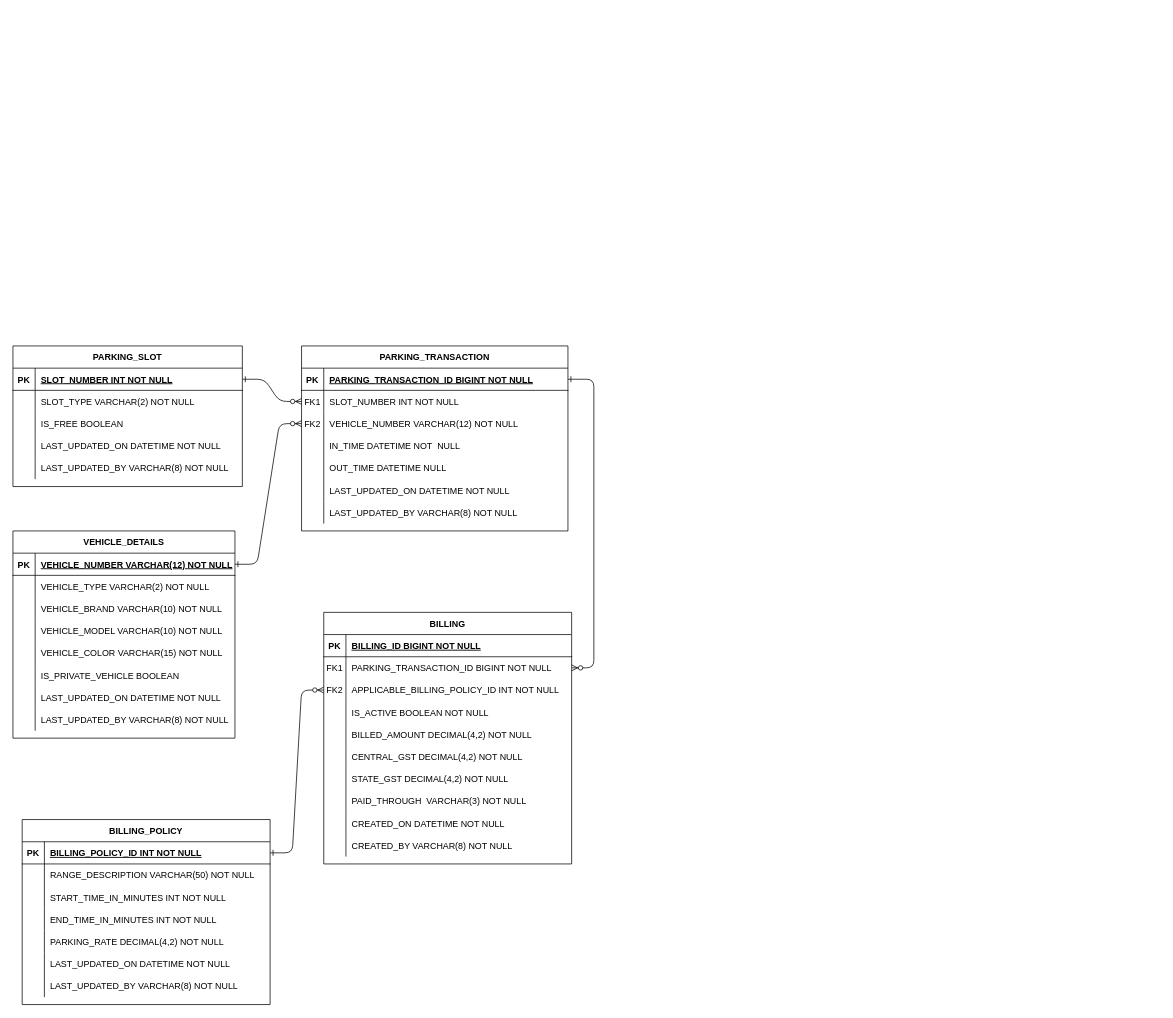
The draw.io diagram page "Entity Diagram" (1 of 3) of Parking.drawio in suhasark/bits-mtech-work, before the edit. Source tidied: cells renumbered, new cells numbered last; positions are measured from the earlier drawing's top-left corner, leaving out a move shared by most shapes. Both pictures are drawn from the tidied source at 74%, with x=0, y=0 at pixel (13, 346).
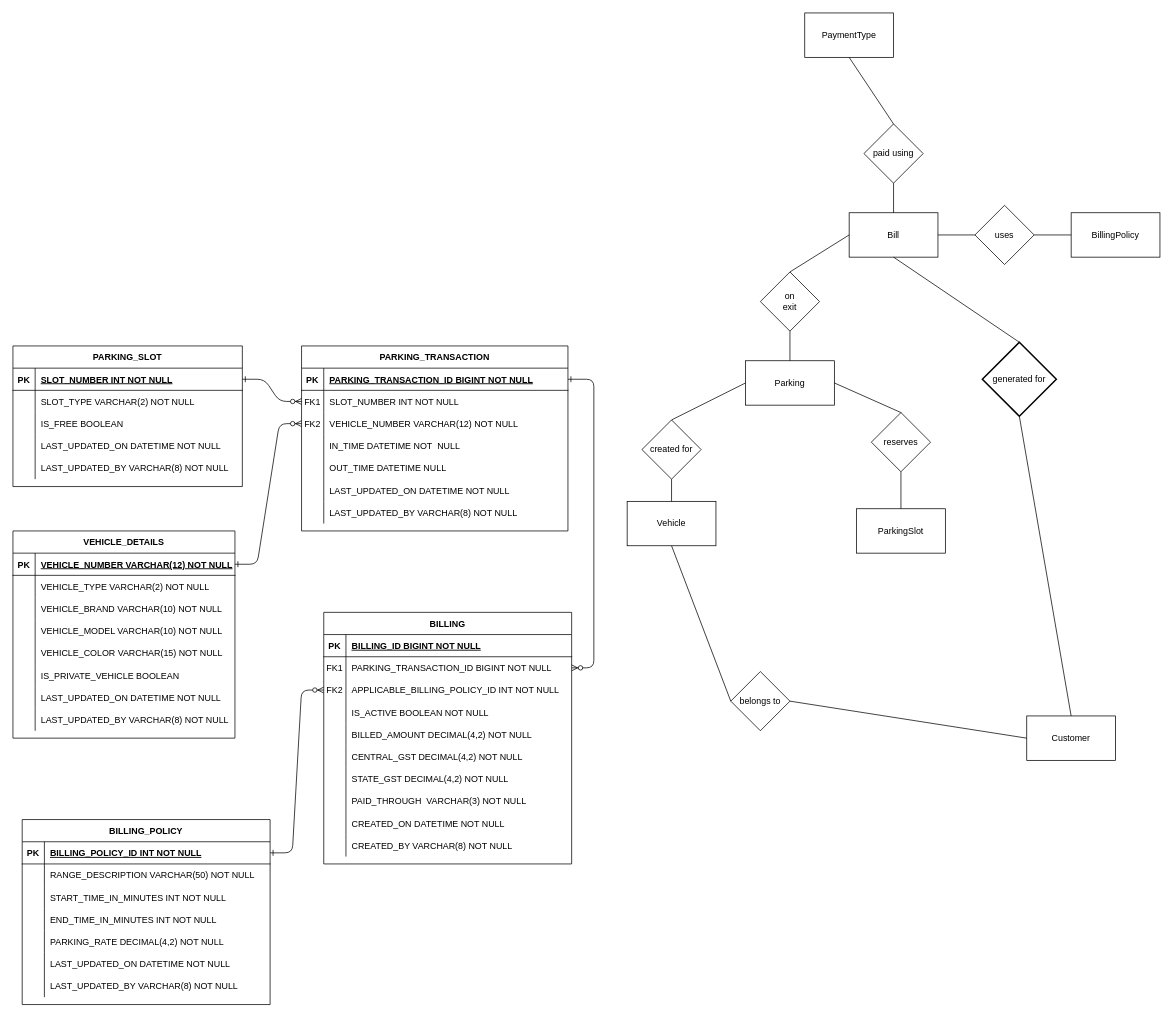
The same page after the edit.

What changed in the source:
```diff
@@
+    <mxCell id="122" value="ParkingSlot" style="rounded=0;whiteSpace=wrap;html=1;" parent="1" vertex="1">
+      <mxGeometry x="1140" y="220" width="120" height="60" as="geometry" />
+    </mxCell>
+    <mxCell id="123" value="Vehicle" style="rounded=0;whiteSpace=wrap;html=1;" parent="1" vertex="1">
+      <mxGeometry x="830" y="210" width="120" height="60" as="geometry" />
+    </mxCell>
+    <mxCell id="124" value="Bill" style="rounded=0;whiteSpace=wrap;html=1;" parent="1" vertex="1">
+      <mxGeometry x="1130" y="-180" width="120" height="60" as="geometry" />
+    </mxCell>
+    <mxCell id="125" value="BillingPolicy" style="rounded=0;whiteSpace=wrap;html=1;" parent="1" vertex="1">
+      <mxGeometry x="1430" y="-180" width="120" height="60" as="geometry" />
+    </mxCell>
+    <mxCell id="126" value="Parking" style="rounded=0;whiteSpace=wrap;html=1;" parent="1" vertex="1">
+      <mxGeometry x="990" y="20" width="120" height="60" as="geometry" />
+    </mxCell>
+    <mxCell id="127" value="uses" style="rhombus;whiteSpace=wrap;html=1;" parent="1" vertex="1">
+      <mxGeometry x="1300" y="-190" width="80" height="80" as="geometry" />
+    </mxCell>
+    <mxCell id="128" value="PaymentType" style="rounded=0;whiteSpace=wrap;html=1;" parent="1" vertex="1">
+      <mxGeometry x="1070" y="-450" width="120" height="60" as="geometry" />
+    </mxCell>
+    <mxCell id="129" value="paid using" style="rhombus;whiteSpace=wrap;html=1;" parent="1" vertex="1">
+      <mxGeometry x="1150" y="-300" width="80" height="80" as="geometry" />
+    </mxCell>
+    <mxCell id="130" value="created for" style="rhombus;whiteSpace=wrap;html=1;" parent="1" vertex="1">
+      <mxGeometry x="850" y="100" width="80" height="80" as="geometry" />
+    </mxCell>
+    <mxCell id="131" value="reserves" style="rhombus;whiteSpace=wrap;html=1;" parent="1" vertex="1">
+      <mxGeometry x="1160" y="90" width="80" height="80" as="geometry" />
+    </mxCell>
+    <mxCell id="132" style="endArrow=none;html=1;rounded=0;entryX=0.5;entryY=0;entryDx=0;entryDy=0;exitX=0.5;exitY=1;exitDx=0;exitDy=0;" parent="1" edge="1" source="129" target="124">
+      <mxGeometry relative="1" as="geometry" />
+    </mxCell>
+    <mxCell id="133" style="endArrow=none;html=1;rounded=0;exitX=0;exitY=0.5;exitDx=0;exitDy=0;entryX=0.5;entryY=0;entryDx=0;entryDy=0;" parent="1" edge="1" source="126" target="130">
+      <mxGeometry relative="1" as="geometry" />
+    </mxCell>
+    <mxCell id="134" style="endArrow=none;html=1;rounded=0;entryX=0.5;entryY=1;entryDx=0;entryDy=0;" parent="1" edge="1" source="123" target="130">
+      <mxGeometry relative="1" as="geometry" />
+    </mxCell>
+    <mxCell id="135" style="endArrow=none;html=1;rounded=0;exitX=1;exitY=0.5;exitDx=0;exitDy=0;entryX=0.5;entryY=0;entryDx=0;entryDy=0;" parent="1" edge="1" source="126" target="131">
+      <mxGeometry relative="1" as="geometry" />
+    </mxCell>
+    <mxCell id="136" style="endArrow=none;html=1;rounded=0;exitX=0.5;exitY=1;exitDx=0;exitDy=0;entryX=0.5;entryY=0;entryDx=0;entryDy=0;" parent="1" edge="1" source="131" target="122">
+      <mxGeometry relative="1" as="geometry" />
+    </mxCell>
+    <mxCell id="137" style="endArrow=none;html=1;rounded=0;exitX=0.5;exitY=1;exitDx=0;exitDy=0;entryX=0.5;entryY=0;entryDx=0;entryDy=0;" parent="1" edge="1" source="128" target="129">
+      <mxGeometry relative="1" as="geometry" />
+    </mxCell>
+    <mxCell id="138" style="endArrow=none;html=1;rounded=0;exitX=0;exitY=0.5;exitDx=0;exitDy=0;entryX=1;entryY=0.5;entryDx=0;entryDy=0;" parent="1" edge="1" source="127" target="124">
+      <mxGeometry relative="1" as="geometry" />
+    </mxCell>
+    <mxCell id="139" style="endArrow=none;html=1;rounded=0;exitX=0;exitY=0.5;exitDx=0;exitDy=0;entryX=1;entryY=0.5;entryDx=0;entryDy=0;" parent="1" edge="1" source="125" target="127">
+      <mxGeometry relative="1" as="geometry" />
+    </mxCell>
+    <mxCell id="140" value="on &lt;br&gt;exit" style="rhombus;whiteSpace=wrap;html=1;" parent="1" vertex="1">
+      <mxGeometry x="1010" y="-100" width="80" height="80" as="geometry" />
+    </mxCell>
+    <mxCell id="141" style="endArrow=none;html=1;rounded=0;exitX=0;exitY=0.5;exitDx=0;exitDy=0;entryX=0.5;entryY=0;entryDx=0;entryDy=0;" parent="1" edge="1" source="124" target="140">
+      <mxGeometry relative="1" as="geometry" />
+    </mxCell>
+    <mxCell id="142" style="endArrow=none;html=1;rounded=0;exitX=0.5;exitY=0;exitDx=0;exitDy=0;entryX=0.5;entryY=1;entryDx=0;entryDy=0;" parent="1" edge="1" source="126" target="140">
+      <mxGeometry relative="1" as="geometry" />
+    </mxCell>
+    <mxCell id="143" value="Customer" style="rounded=0;whiteSpace=wrap;html=1;" parent="1" vertex="1">
+      <mxGeometry x="1370" y="500" width="120" height="60" as="geometry" />
+    </mxCell>
+    <mxCell id="144" value="belongs to" style="rhombus;whiteSpace=wrap;html=1;" parent="1" vertex="1">
+      <mxGeometry x="970" y="440" width="80" height="80" as="geometry" />
+    </mxCell>
+    <mxCell id="145" value="generated for" style="strokeWidth=2;html=1;shape=mxgraph.flowchart.decision;whiteSpace=wrap;" parent="1" vertex="1">
+      <mxGeometry x="1310" y="-5" width="100" height="100" as="geometry" />
+    </mxCell>
+    <mxCell id="146" style="endArrow=none;html=1;rounded=0;exitX=0.5;exitY=1;exitDx=0;exitDy=0;entryX=0.5;entryY=0;entryDx=0;entryDy=0;entryPerimeter=0;" parent="1" edge="1" source="124" target="145">
+      <mxGeometry relative="1" as="geometry" />
+    </mxCell>
+    <mxCell id="147" style="endArrow=none;html=1;rounded=0;exitX=0.5;exitY=1;exitDx=0;exitDy=0;entryX=0.5;entryY=0;entryDx=0;entryDy=0;exitPerimeter=0;" parent="1" edge="1" source="145" target="143">
+      <mxGeometry relative="1" as="geometry" />
+    </mxCell>
+    <mxCell id="148" style="endArrow=none;html=1;rounded=0;exitX=0.5;exitY=1;exitDx=0;exitDy=0;entryX=0;entryY=0.5;entryDx=0;entryDy=0;" parent="1" edge="1" source="123" target="144">
+      <mxGeometry relative="1" as="geometry" />
+    </mxCell>
+    <mxCell id="149" style="endArrow=none;html=1;rounded=0;exitX=1;exitY=0.5;exitDx=0;exitDy=0;entryX=0;entryY=0.5;entryDx=0;entryDy=0;" parent="1" edge="1" source="144" target="143">
+      <mxGeometry relative="1" as="geometry" />
+    </mxCell>
```
